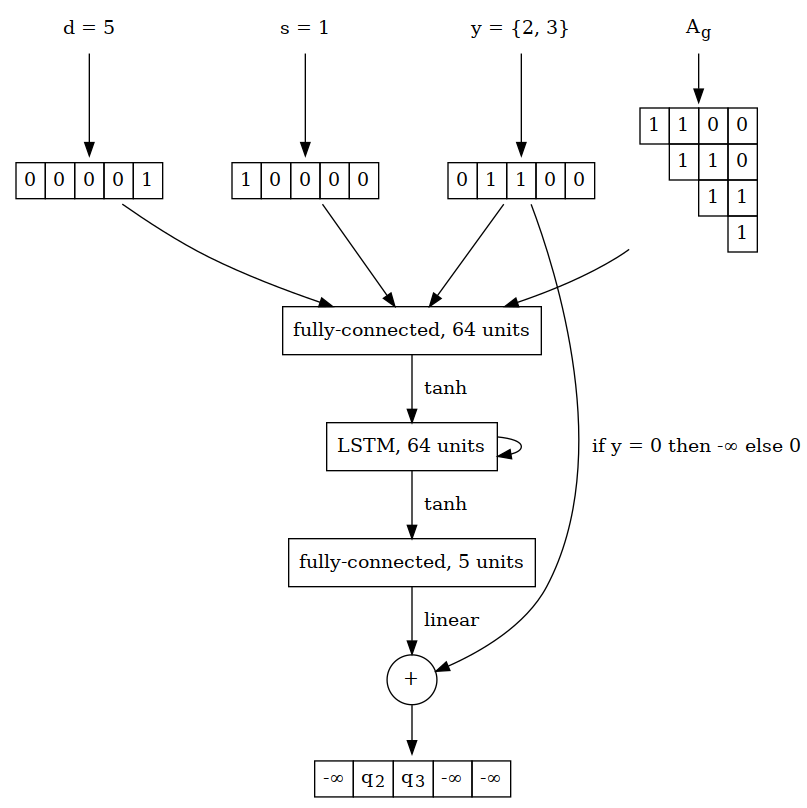
flyingleafe/itmo-ctd-thesis keeps this Graphviz diagram as img/nn-3.png. Above is the earlier version. Its source is kept beside it as img/nn-3.dot. Its diagram source:
```dot
digraph lstm_nn {
  node [shape="plaintext"]

  d_label [label="d = 5"]
  s_label [label="s = 1"]
  y_label [label="y = {2, 3}"]
  A_label [label=<A<SUB>g</SUB>>]

node [shape=none];

    d_input [label=<<table border="0" cellspacing="0" cellborder="1" cellpadding="5">
                      <tr border="0">
                        <td>0</td>
                        <td>0</td>
                        <td>0</td>
                        <td>0</td>
                        <td>1</td>
                      </tr>
                  </table>>];
    s_input [label=<<table border="0" cellspacing="0"  cellpadding="5">
                      <tr border="0">
                        <td border="1">1</td>
                        <td border="1">0</td>
                        <td border="1">0</td>
                        <td border="1">0</td>
                        <td border="1">0</td>
                      </tr>
                  </table>>];
    y_input [label=<<table border="0" cellspacing="0" cellpadding="5">
                      <tr border="0">
                        <td border="1">0</td>
                        <td border="1">1</td>
                        <td border="1">1</td>
                        <td border="1">0</td>
                        <td border="1">0</td>
                      </tr>
                  </table>>];

    A_input [label=<<table border="0" cellspacing="0" cellpadding="5">
                      <tr border="0">
                        <td border="1">1</td>
                        <td border="1">1</td>
                        <td border="1">0</td>
                        <td border="1">0</td>
                      </tr>
                      <tr border="0">
                        <td border="0"></td>
                        <td border="1">1</td>
                        <td border="1">1</td>
                        <td border="1">0</td>
                      </tr>
                      <tr border="0">
                        <td border="0"></td>
                        <td border="0"></td>
                        <td border="1">1</td>
                        <td border="1">1</td>
                      </tr>
                      <tr border="0">
                        <td border="0"></td>
                        <td border="0"></td>
                        <td border="0"></td>
                        <td border="1">1</td>
                      </tr>
                    </table>>];

    subgraph {
      {rank=same; d_input, s_input, y_input, A_input}
    }

node [shape="box"]
    layer_1 [label="fully-connected, 64 units"];
    layer_2 [label="LSTM, 64 units"];
    layer_3 [label="fully-connected, 5 units"];

    sum [shape="circle", label="+"]

    output [shape=none, label=<<table border="0" cellspacing="0" cellpadding="5">
                      <tr border="0">
                        <td border="1">-∞</td>
                        <td border="1">q<SUB>2</SUB></td>
                        <td border="1">q<SUB>3</SUB></td>
                        <td border="1">-∞</td>
                        <td border="1">-∞</td>
                      </tr>
                  </table>>];

    d_label -> d_input
    s_label -> s_input
    y_label -> y_input
    A_label -> A_input

    d_input -> layer_1
    s_input -> layer_1
    y_input -> layer_1
    A_input -> layer_1

    y_input -> sum [label="  if y = 0 then -∞ else 0", constraint=false]

    layer_1 -> layer_2 [label="  tanh"]
    layer_2 -> layer_3 [label="  tanh"]
    layer_3 -> sum [label="  linear"]
    layer_2 -> layer_2

    sum -> output

edge [style="invis"]
    d_input -> s_input -> y_input
}
```
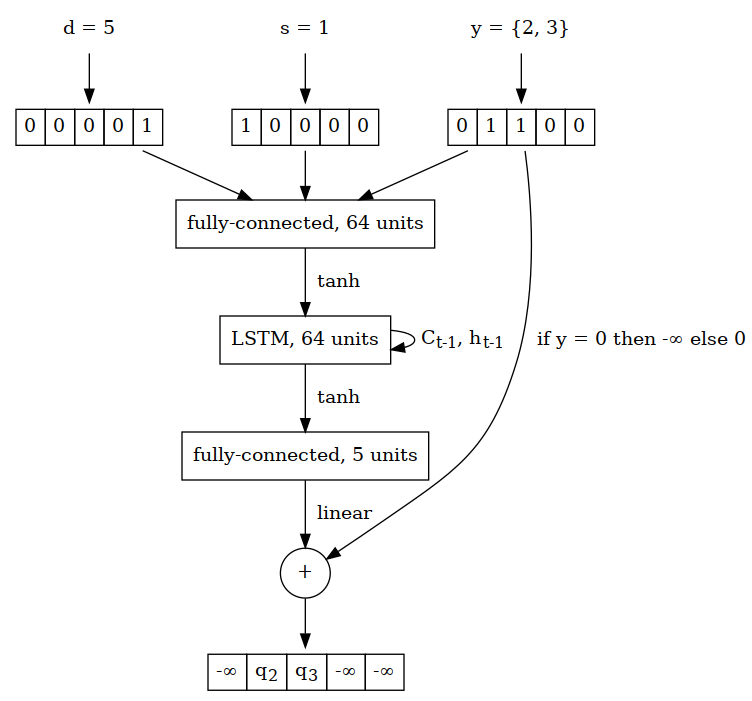
The same file after the commit.

What changed in the source:
```diff
@@ -4,7 +4,6 @@
   d_label [label="d = 5"]
   s_label [label="s = 1"]
   y_label [label="y = {2, 3}"]
-  A_label [label=<A<SUB>g</SUB>>]
 
 node [shape=none];
 
@@ -36,35 +35,10 @@
                       </tr>
                   </table>>];
 
-    A_input [label=<<table border="0" cellspacing="0" cellpadding="5">
-                      <tr border="0">
-                        <td border="1">1</td>
-                        <td border="1">1</td>
-                        <td border="1">0</td>
-                        <td border="1">0</td>
-                      </tr>
-                      <tr border="0">
-                        <td border="0"></td>
-                        <td border="1">1</td>
-                        <td border="1">1</td>
-                        <td border="1">0</td>
-                      </tr>
-                      <tr border="0">
-                        <td border="0"></td>
-                        <td border="0"></td>
-                        <td border="1">1</td>
-                        <td border="1">1</td>
-                      </tr>
-                      <tr border="0">
-                        <td border="0"></td>
-                        <td border="0"></td>
-                        <td border="0"></td>
-                        <td border="1">1</td>
-                      </tr>
-                    </table>>];
 
     subgraph {
-      {rank=same; d_input, s_input, y_input, A_input}
+      {rank=same; d_input, s_input, y_input
+      }
     }
 
 node [shape="box"]
@@ -87,19 +61,17 @@
     d_label -> d_input
     s_label -> s_input
     y_label -> y_input
-    A_label -> A_input
 
     d_input -> layer_1
     s_input -> layer_1
     y_input -> layer_1
-    A_input -> layer_1
 
     y_input -> sum [label="  if y = 0 then -∞ else 0", constraint=false]
 
     layer_1 -> layer_2 [label="  tanh"]
     layer_2 -> layer_3 [label="  tanh"]
     layer_3 -> sum [label="  linear"]
-    layer_2 -> layer_2
+    layer_2 -> layer_2 [label=< C<SUB>t-1</SUB>, h<SUB>t-1</SUB>>]
 
     sum -> output
 
```
